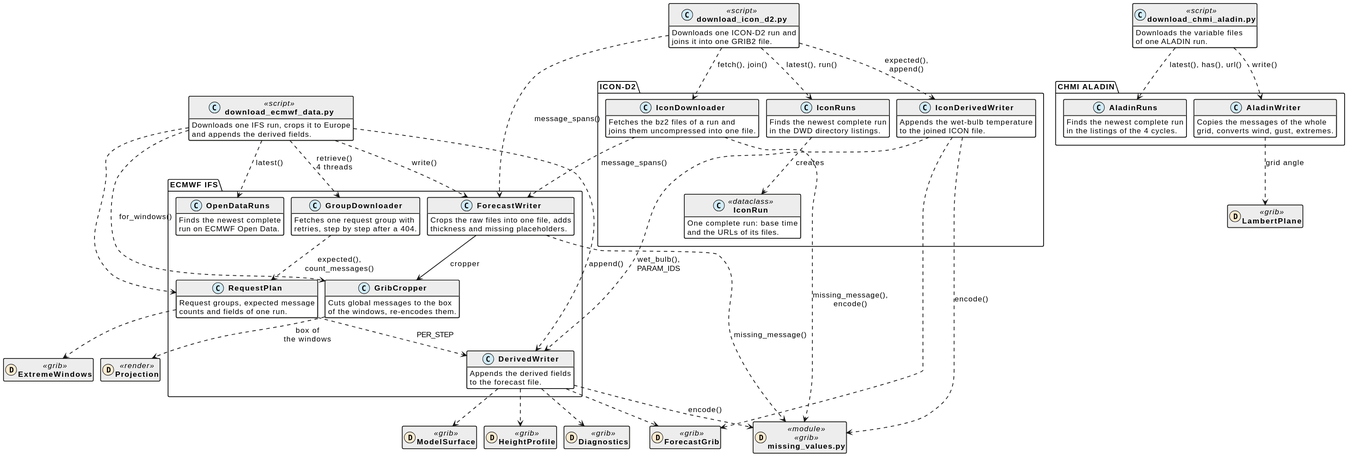
Above: docs/download.svg in schletz/wetterkartenviewer (PlantUML), before the change. Its diagram source:
```plantuml
@startuml
skinparam shadowing false
skinparam classAttributeIconSize 0
skinparam defaultFontSize 15
skinparam ArrowThickness 1.5
skinparam class {
  BackgroundColor #ffffff
  HeaderBackgroundColor #ededed
  BorderColor #1d1d1b
  BorderThickness 1.5
  FontStyle bold
}
skinparam stereotypeCBackgroundColor #d1ebf7
skinparam stereotypeABackgroundColor #fdebd1
skinparam stereotypeIBackgroundColor #e5f4f1
skinparam stereotypeEBackgroundColor #e5f1d9
skinparam component {
  BackgroundColor #ffffff
  BorderColor #1d1d1b
  BorderThickness 1.5
}
skinparam artifact {
  BackgroundColor #d1ebf7
  BorderColor #1d1d1b
}
skinparam folder {
  BackgroundColor #ffffff
  BorderColor #1d1d1b
}
skinparam node {
  BackgroundColor #ededed
  BorderColor #1d1d1b
}
skinparam cloud {
  BackgroundColor #fdebd1
  BorderColor #1d1d1b
}
skinparam activity {
  BackgroundColor #ffffff
  BorderColor #1d1d1b
}
skinparam nodesep 15
skinparam ranksep 30
hide empty members
class "download_ecmwf_data.py" as download_ecmwf <<script>> {
 Downloads one IFS run, crops it to Europe
 and appends the derived fields.
}
class "download_icon_d2.py" as download_icon <<script>> {
 Downloads one ICON-D2 run and
 joins it into one GRIB2 file.
}
class "download_chmi_aladin.py" as download_aladin <<script>> {
 Downloads the variable files
 of one ALADIN run.
}
package "CHMI ALADIN" {
 class AladinRuns {
 Finds the newest complete run
 in the listings of the 4 cycles.
 }
 class AladinWriter {
 Copies the messages of the whole
 grid, converts wind, gust, extremes.
 }
}
package "ECMWF IFS" {
 class OpenDataRuns {
 Finds the newest complete
 run on ECMWF Open Data.
 }
 class RequestPlan {
 Request groups, expected message
 counts and fields of one run.
 }
 class GroupDownloader {
 Fetches one request group with
 retries, step by step after a 404.
 }
 class GribCropper {
 Cuts global messages to the box
 of the windows, re-encodes them.
 }
 class ForecastWriter {
 Crops the raw files into one file, adds
 thickness and missing placeholders.
 }
 class DerivedWriter {
 Appends the derived fields
 to the forecast file.
 }
}
package "ICON-D2" {
 class IconRuns {
 Finds the newest complete run
 in the DWD directory listings.
 }
 class IconRun <<dataclass>> {
 One complete run: base time
 and the URLs of its files.
 }
 class IconDownloader {
 Fetches the bz2 files of a run and
 joins them uncompressed into one file.
 }
 class IconDerivedWriter {
 Appends the wet-bulb temperature
 to the joined ICON file.
 }
}
class "missing_values.py" as missing_values <<module>> << (D,#fdebd1) grib >>
class ExtremeWindows << (D,#fdebd1) grib >>
class ForecastGrib << (D,#fdebd1) grib >>
class ModelSurface << (D,#fdebd1) grib >>
class HeightProfile << (D,#fdebd1) grib >>
class Diagnostics << (D,#fdebd1) grib >>
class Projection << (D,#fdebd1) render >>
class LambertPlane << (D,#fdebd1) grib >>
download_aladin ..> AladinRuns : latest(), has(), url()
download_aladin ..> AladinWriter : write()
AladinWriter ..> LambertPlane : grid angle
download_ecmwf ..> OpenDataRuns : latest()
download_ecmwf ..> RequestPlan
download_ecmwf ..> GroupDownloader : retrieve()\n4 threads
download_ecmwf ..> GribCropper : for_windows()
download_ecmwf ..> ForecastWriter : write()
download_ecmwf ..> DerivedWriter : append()
download_icon ..> IconRuns : latest(), run()
download_icon ..> IconDownloader : fetch(), join()
download_icon ..> IconDerivedWriter : expected(),\nappend()
IconDerivedWriter ..> DerivedWriter : wet_bulb(),\nPARAM_IDS
IconDerivedWriter ..> ForecastGrib
IconDerivedWriter ..> missing_values : encode()
download_icon ..> ForecastWriter : message_spans()
GroupDownloader ..> RequestPlan : expected(),\ncount_messages()
RequestPlan ..> ExtremeWindows
RequestPlan ..> DerivedWriter : PER_STEP
GribCropper ..> Projection : box of\nthe windows
ForecastWriter --> GribCropper : cropper
ForecastWriter ..> missing_values : missing_message()
DerivedWriter ..> ForecastGrib
DerivedWriter ..> ModelSurface
DerivedWriter ..> HeightProfile
DerivedWriter ..> Diagnostics
DerivedWriter ..> missing_values : encode()
IconRuns ..> IconRun : creates
IconDownloader ..> ForecastWriter : message_spans()
IconDownloader ..> missing_values : missing_message(),\nencode()
@enduml
```
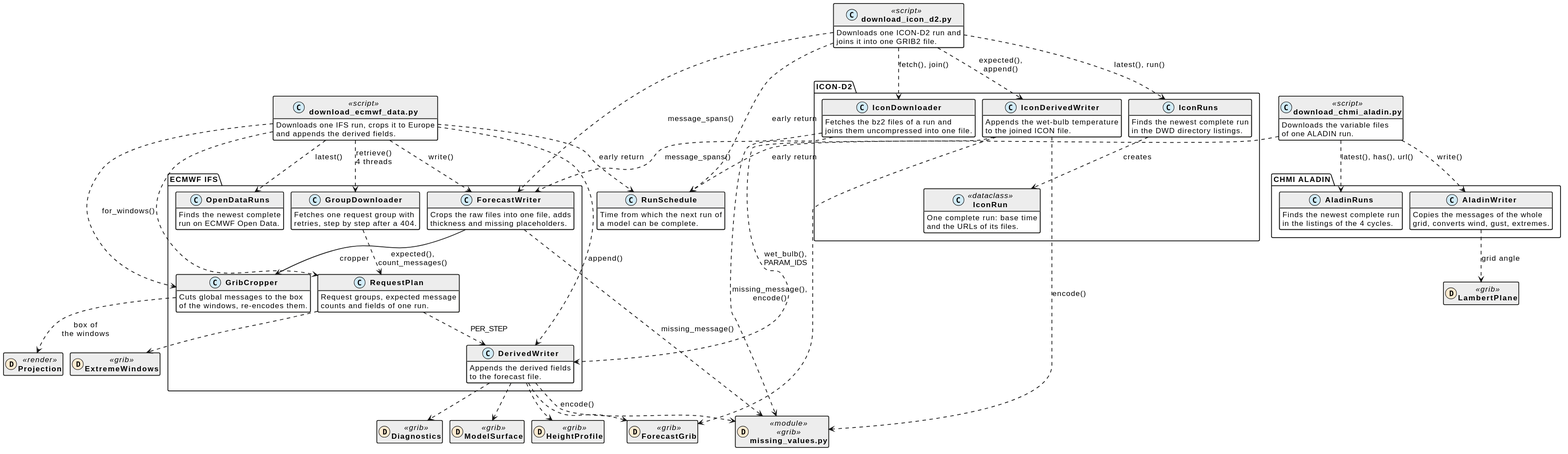
After the change.

Commit message:
Ask the model servers only when a new run can be complete [skip ci]

Diff of the diagram source:
```diff
@@ -53,6 +53,10 @@
 class "download_chmi_aladin.py" as download_aladin <<script>> {
  Downloads the variable files
  of one ALADIN run.
+}
+class RunSchedule {
+ Time from which the next run of
+ a model can be complete.
 }
 package "CHMI ALADIN" {
  class AladinRuns {
@@ -119,6 +123,9 @@
 download_aladin ..> AladinRuns : latest(), has(), url()
 download_aladin ..> AladinWriter : write()
 AladinWriter ..> LambertPlane : grid angle
+download_ecmwf ..> RunSchedule : early return
+download_icon ..> RunSchedule : early return
+download_aladin ..> RunSchedule : early return
 download_ecmwf ..> OpenDataRuns : latest()
 download_ecmwf ..> RequestPlan
 download_ecmwf ..> GroupDownloader : retrieve()\n4 threads
```
